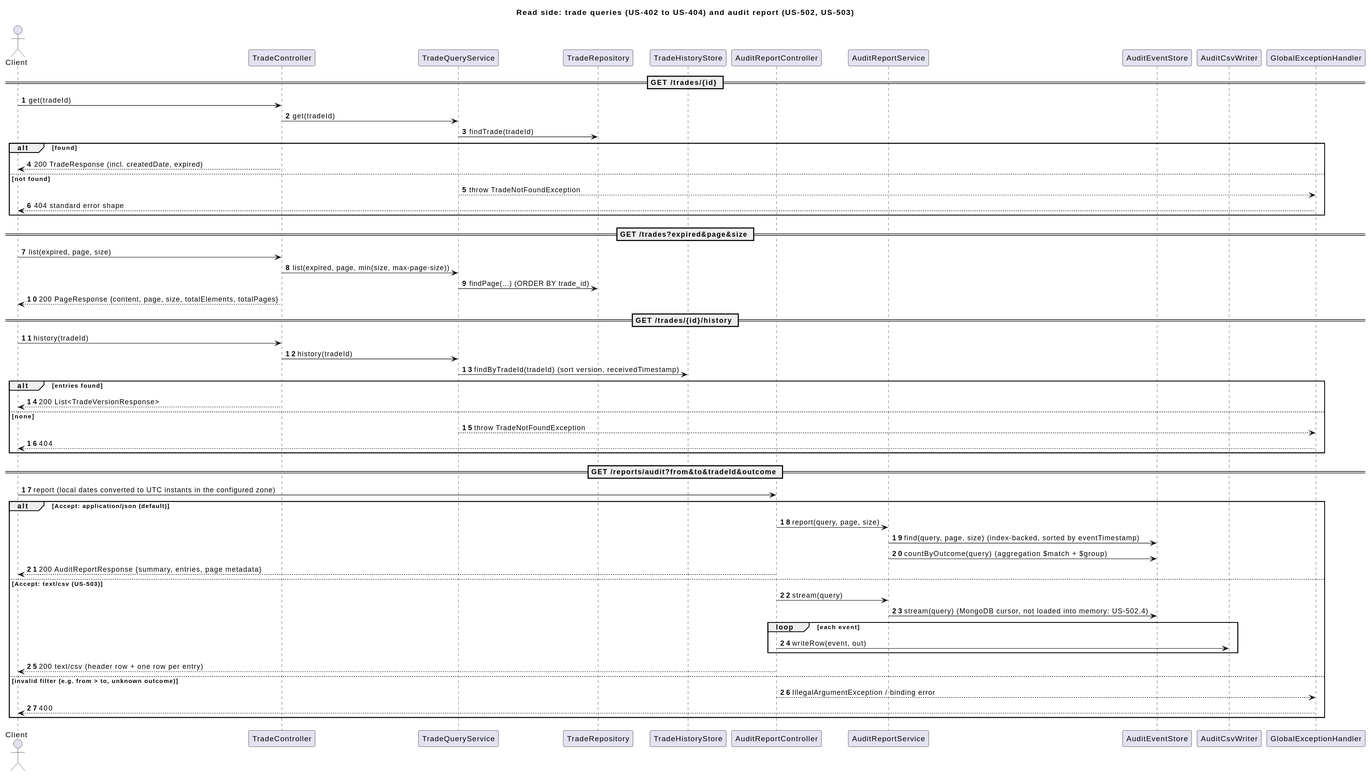
Above: docs/diagrams/out/05-seq-queries-and-report.svg in kuldipkumar/Trade-store (PlantUML), before the change.
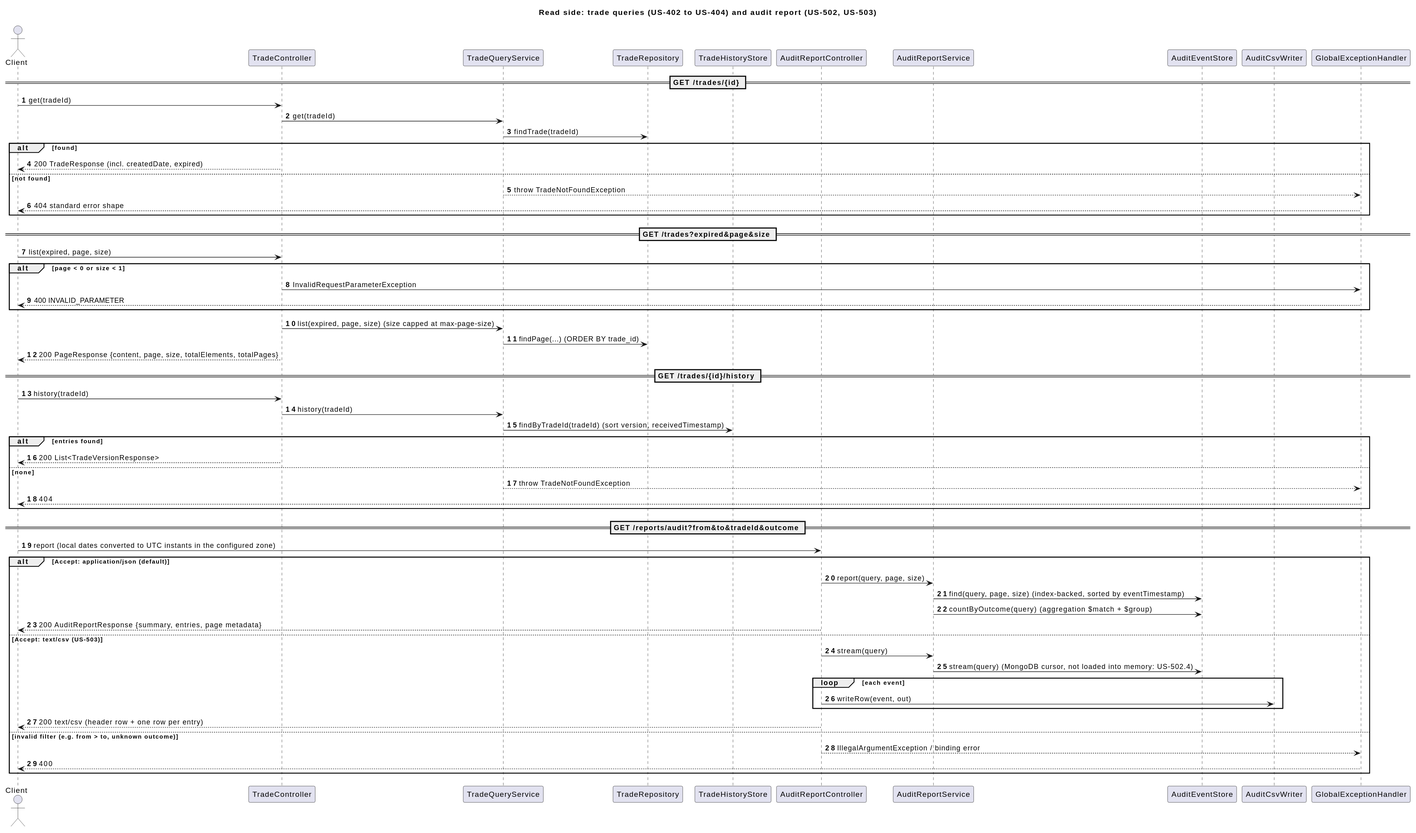
Above is the later version.

Commit message:
docs: US-403 test review, class and queries diagrams, LLD 7, PROMPTS; milestone mirror for US-402 already added

Diff of the diagram source:
```diff
@@ -26,7 +26,11 @@
 
 == GET /trades?expired&page&size ==
 Client -> TradeController : list(expired, page, size)
-TradeController -> TradeQueryService : list(expired, page, min(size, max-page-size))
+alt page < 0 or size < 1
+  TradeController -> GlobalExceptionHandler : InvalidRequestParameterException
+  GlobalExceptionHandler --> Client : 400 INVALID_PARAMETER
+end
+TradeController -> TradeQueryService : list(expired, page, size)  (size capped at max-page-size)
 TradeQueryService -> TradeRepository : findPage(...)  (ORDER BY trade_id)
 TradeController --> Client : 200 PageResponse {content, page, size, totalElements, totalPages}
 
```
